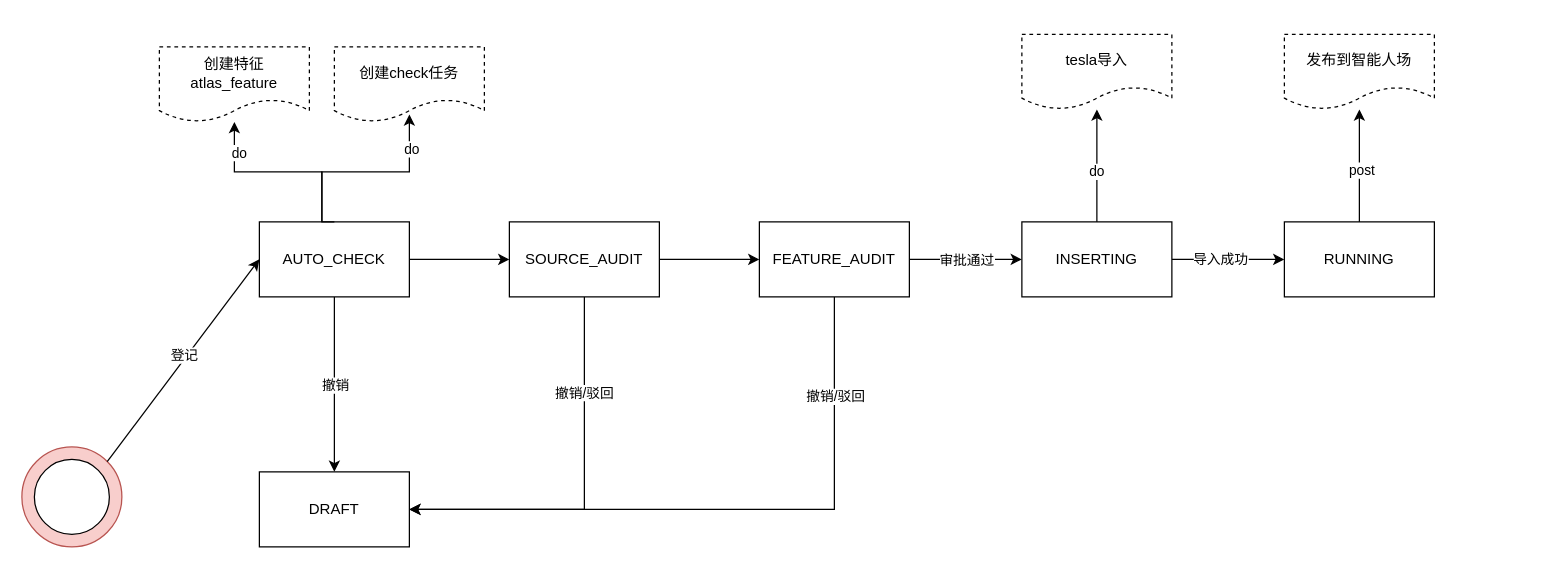
The draw.io diagram state_trans_for_register.drawio in learn2Pro/draw_io_save, before the edit. Source tidied: cells renumbered, new cells numbered last; positions are measured from the earlier drawing's top-left corner, leaving out a move shared by most shapes. Both pictures are drawn from the tidied source at 125%, with x=0, y=0 at pixel (21, 34).
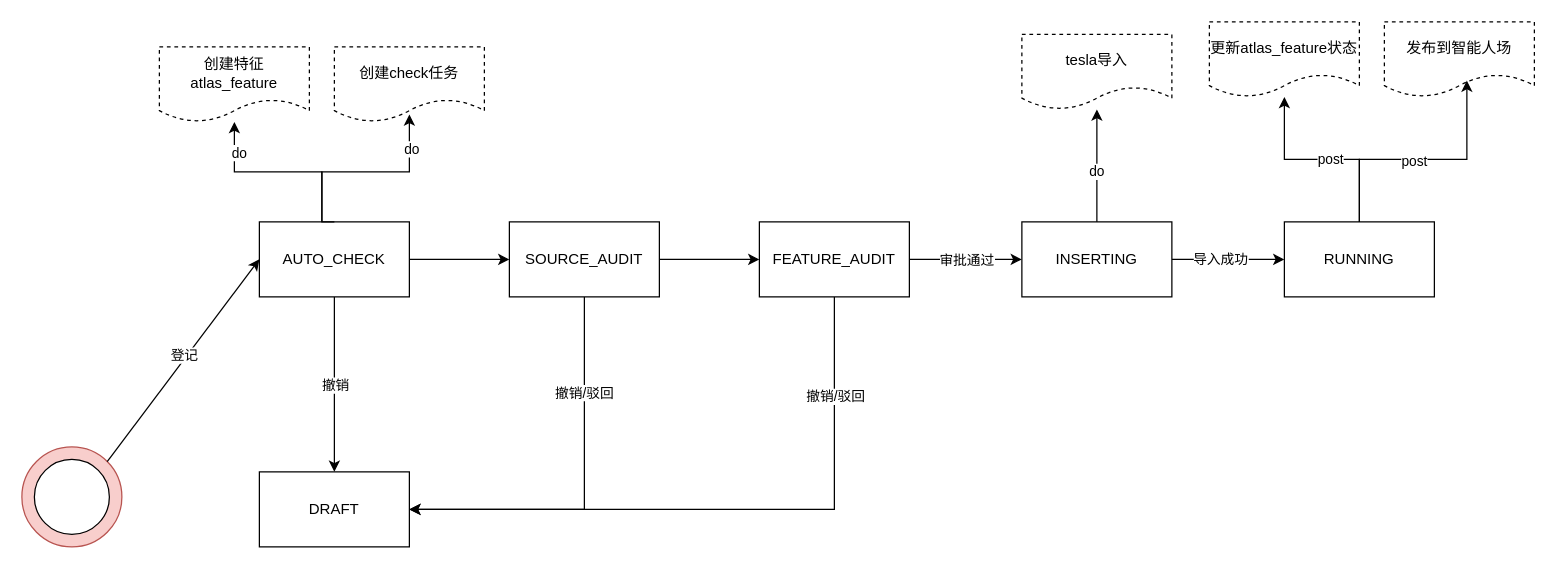
The same diagram, later.

The change refers to these unchanged cells:
```xml
<mxCell id="34" value="RUNNING" style="rounded=0;whiteSpace=wrap;html=1;" parent="1" vertex="1">
  <mxGeometry x="1010" y="150" width="120" height="60" as="geometry" />
</mxCell>
```

Diff of the diagram source:
```diff
@@
-    <mxCell id="32" style="edgeStyle=orthogonalEdgeStyle;rounded=0;jettySize=auto;html=1;" parent="1" edge="1" source="34" target="36">
+    <mxCell id="32" style="edgeStyle=orthogonalEdgeStyle;rounded=0;jettySize=auto;html=1;" parent="1" edge="1" source="34" target="37">
       <mxGeometry relative="1" as="geometry" />
     </mxCell>
@@
     <mxCell id="36" value="发布到智能人场" style="shape=document;whiteSpace=wrap;html=1;boundedLbl=1;rounded=0;dashed=1;" parent="1" vertex="1">
-      <mxGeometry x="1010" width="120" height="60" as="geometry" />
+      <mxGeometry x="1090" y="-10" width="120" height="60" as="geometry" />
     </mxCell>
+    <mxCell id="37" value="更新atlas_feature状态" style="shape=document;whiteSpace=wrap;html=1;boundedLbl=1;rounded=0;dashed=1;" parent="1" vertex="1">
+      <mxGeometry x="950" y="-10" width="120" height="60" as="geometry" />
+    </mxCell>
+    <mxCell id="38" style="edgeStyle=orthogonalEdgeStyle;rounded=0;jettySize=auto;html=1;entryX=0.55;entryY=0.783;entryDx=0;entryDy=0;entryPerimeter=0;exitX=0.5;exitY=0;exitDx=0;exitDy=0;" parent="1" edge="1" source="34" target="36">
+      <mxGeometry relative="1" as="geometry" />
+    </mxCell>
+    <mxCell id="39" value="post" style="edgeLabel;html=1;align=center;verticalAlign=middle;" parent="38" vertex="1">
+      <mxGeometry x="-0.07" y="-1" relative="1" as="geometry" />
+    </mxCell>
```
